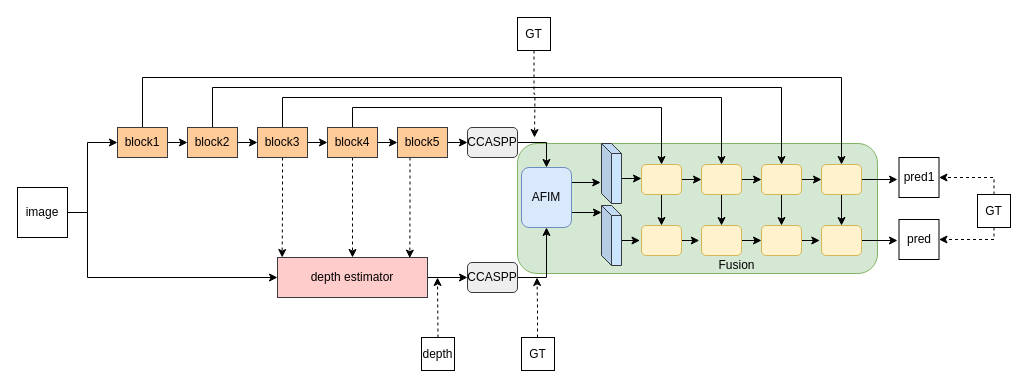
Before: uta.drawio in Hymhh/hymhh, a draw.io diagram. Source tidied: cells renumbered, new cells numbered last; positions are measured from the earlier drawing's top-left corner, leaving out a move shared by most shapes. Both pictures are drawn from the tidied source at 100%, with x=0, y=0 at pixel (17, 17).
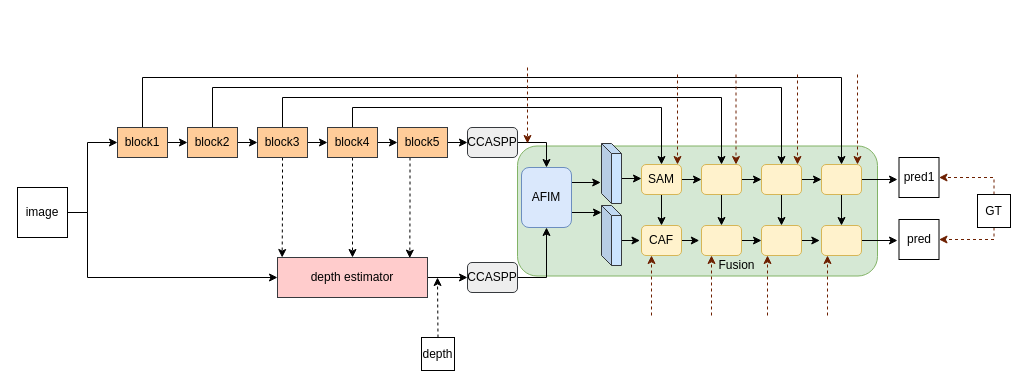
Above is the later version.

The change refers to these unchanged cells:
```xml
<mxCell id="55" value="GT" style="whiteSpace=wrap;html=1;" parent="1" vertex="1">
  <mxGeometry x="960" y="177" width="33" height="33" as="geometry" />
</mxCell>
<mxCell id="58" value="pred" style="whiteSpace=wrap;html=1;" parent="1" vertex="1">
  <mxGeometry x="881.5" y="202" width="40" height="40" as="geometry" />
</mxCell>
<mxCell id="60" value="pred1" style="whiteSpace=wrap;html=1;" parent="1" vertex="1">
  <mxGeometry x="881.5" y="140" width="40" height="40" as="geometry" />
</mxCell>
```

What changed in the source:
```diff
@@
     <mxCell id="2" style="rounded=1;whiteSpace=wrap;html=1;fillColor=#d5e8d4;strokeColor=#82b366;" parent="1" vertex="1">
-      <mxGeometry x="500" y="126" width="360" height="130" as="geometry" />
+      <mxGeometry x="500" y="128.5" width="360" height="130" as="geometry" />
     </mxCell>
@@
-    <mxCell id="35" style="rounded=1;whiteSpace=wrap;html=1;fillColor=#fff2cc;strokeColor=#d6b656;" parent="1" vertex="1">
+    <mxCell id="35" value="SAM" style="rounded=1;whiteSpace=wrap;html=1;fillColor=#fff2cc;strokeColor=#d6b656;" parent="1" vertex="1">
       <mxGeometry x="624" y="147" width="40" height="30" as="geometry" />
     </mxCell>
@@
-    <mxCell id="46" style="rounded=1;whiteSpace=wrap;html=1;fillColor=#fff2cc;strokeColor=#d6b656;" parent="1" vertex="1">
+    <mxCell id="46" value="CAF" style="rounded=1;whiteSpace=wrap;html=1;fillColor=#fff2cc;strokeColor=#d6b656;" parent="1" vertex="1">
       <mxGeometry x="624" y="208" width="40" height="30" as="geometry" />
     </mxCell>
@@
-    <mxCell id="53" style="edgeStyle=orthogonalEdgeStyle;rounded=0;jettySize=auto;html=1;exitX=0.5;exitY=1;exitDx=0;exitDy=0;entryX=1;entryY=0.5;entryDx=0;entryDy=0;dashed=1;" parent="1" edge="1" source="55" target="58">
+    <mxCell id="53" style="edgeStyle=orthogonalEdgeStyle;rounded=0;jettySize=auto;html=1;exitX=0.5;exitY=1;exitDx=0;exitDy=0;entryX=1;entryY=0.5;entryDx=0;entryDy=0;dashed=1;strokeColor=#6D1F00;" parent="1" edge="1" source="55" target="58">
       <mxGeometry relative="1" as="geometry">
         <Array as="points">
           <mxPoint x="977" y="222" />
         </Array>
       </mxGeometry>
     </mxCell>
-    <mxCell id="54" style="edgeStyle=orthogonalEdgeStyle;rounded=0;jettySize=auto;html=1;exitX=0.5;exitY=0;exitDx=0;exitDy=0;dashed=1;" parent="1" edge="1" source="55" target="60">
+    <mxCell id="54" style="edgeStyle=orthogonalEdgeStyle;rounded=0;jettySize=auto;html=1;exitX=0.5;exitY=0;exitDx=0;exitDy=0;dashed=1;strokeColor=#6D1F00;" parent="1" edge="1" source="55" target="60">
       <mxGeometry relative="1" as="geometry">
         <Array as="points">
           <mxPoint x="977" y="160" />
         </Array>
       </mxGeometry>
     </mxCell>
@@
-    <mxCell id="64" value="GT" style="whiteSpace=wrap;html=1;" parent="1" vertex="1">
-      <mxGeometry x="504" y="320" width="33" height="33" as="geometry" />
-    </mxCell>
-    <mxCell id="65" style="edgeStyle=orthogonalEdgeStyle;rounded=0;orthogonalLoop=1;jettySize=auto;html=1;exitX=0.5;exitY=0;exitDx=0;exitDy=0;dashed=1;" parent="1" edge="1">
-      <mxGeometry relative="1" as="geometry">
-        <mxPoint x="520" y="320" as="sourcePoint" />
-        <mxPoint x="519.5" y="260" as="targetPoint" />
-        <Array as="points">
-          <mxPoint x="520" y="290" />
-        </Array>
-      </mxGeometry>
-    </mxCell>
-    <mxCell id="66" style="edgeStyle=orthogonalEdgeStyle;rounded=0;jettySize=auto;html=1;exitX=0.5;exitY=1;exitDx=0;exitDy=0;dashed=1;" parent="1" edge="1" source="67">
-      <mxGeometry relative="1" as="geometry">
-        <mxPoint x="517" y="120" as="targetPoint" />
-      </mxGeometry>
-    </mxCell>
-    <mxCell id="67" value="GT" style="whiteSpace=wrap;html=1;" parent="1" vertex="1">
-      <mxGeometry x="500" width="33" height="33" as="geometry" />
-    </mxCell>
+    <mxCell id="68" style="endArrow=classic;html=1;rounded=0;dashed=1;strokeColor=#6D1F00;" parent="1" edge="1">
+      <mxGeometry relative="1" as="geometry">
+        <mxPoint x="660" y="57" as="sourcePoint" />
+        <mxPoint x="660" y="147" as="targetPoint" />
+      </mxGeometry>
+    </mxCell>
+    <mxCell id="69" style="endArrow=classic;html=1;rounded=0;dashed=1;strokeColor=#6D1F00;" parent="1" edge="1">
+      <mxGeometry relative="1" as="geometry">
+        <mxPoint x="718.5" y="57" as="sourcePoint" />
+        <mxPoint x="718.5" y="147" as="targetPoint" />
+      </mxGeometry>
+    </mxCell>
+    <mxCell id="70" style="endArrow=classic;html=1;rounded=0;dashed=1;strokeColor=#6D1F00;" parent="1" edge="1">
+      <mxGeometry relative="1" as="geometry">
+        <mxPoint x="780" y="57" as="sourcePoint" />
+        <mxPoint x="780" y="147" as="targetPoint" />
+      </mxGeometry>
+    </mxCell>
+    <mxCell id="71" style="endArrow=classic;html=1;rounded=0;dashed=1;strokeColor=#6D1F00;" parent="1" edge="1">
+      <mxGeometry relative="1" as="geometry">
+        <mxPoint x="840" y="57" as="sourcePoint" />
+        <mxPoint x="840" y="147" as="targetPoint" />
+      </mxGeometry>
+    </mxCell>
+    <mxCell id="72" style="endArrow=classic;html=1;rounded=0;dashed=1;strokeColor=#6D1F00;entryX=0.25;entryY=1;entryDx=0;entryDy=0;" parent="1" edge="1" target="46">
+      <mxGeometry relative="1" as="geometry">
+        <mxPoint x="634" y="298" as="sourcePoint" />
+      </mxGeometry>
+    </mxCell>
+    <mxCell id="73" style="endArrow=classic;html=1;rounded=0;dashed=1;strokeColor=#6D1F00;entryX=0.75;entryY=1;entryDx=0;entryDy=0;" parent="1" edge="1">
+      <mxGeometry relative="1" as="geometry">
+        <mxPoint x="694" y="298" as="sourcePoint" />
+        <mxPoint x="694" y="238" as="targetPoint" />
+      </mxGeometry>
+    </mxCell>
+    <mxCell id="74" style="endArrow=classic;html=1;rounded=0;dashed=1;strokeColor=#6D1F00;entryX=0.75;entryY=1;entryDx=0;entryDy=0;" parent="1" edge="1">
+      <mxGeometry relative="1" as="geometry">
+        <mxPoint x="750" y="298" as="sourcePoint" />
+        <mxPoint x="750" y="238" as="targetPoint" />
+      </mxGeometry>
+    </mxCell>
+    <mxCell id="75" style="endArrow=classic;html=1;rounded=0;dashed=1;strokeColor=#6D1F00;entryX=0.75;entryY=1;entryDx=0;entryDy=0;" parent="1" edge="1">
+      <mxGeometry relative="1" as="geometry">
+        <mxPoint x="810" y="298" as="sourcePoint" />
+        <mxPoint x="810" y="238" as="targetPoint" />
+      </mxGeometry>
+    </mxCell>
+    <mxCell id="76" style="endArrow=classic;html=1;rounded=0;dashed=1;strokeColor=#6D1F00;" parent="1" edge="1">
+      <mxGeometry relative="1" as="geometry">
+        <mxPoint x="510" y="50" as="sourcePoint" />
+        <mxPoint x="510" y="126" as="targetPoint" />
+      </mxGeometry>
+    </mxCell>
```
